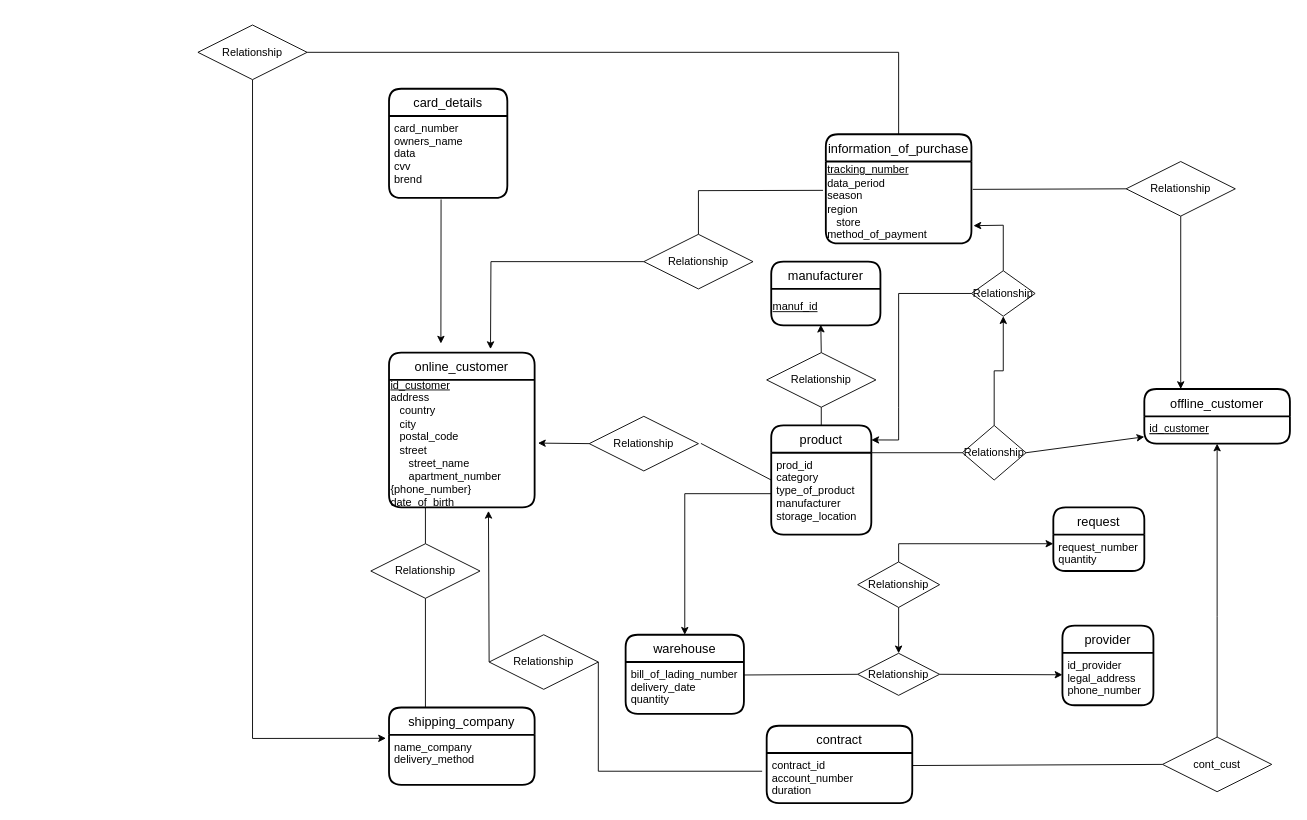
This is Untitled Diagram.drawio from Adilbek-Asilzat/DB, a draw.io file, before an edit. Source tidied: cells renumbered, new cells numbered last; positions are measured from the earlier drawing's top-left corner, leaving out a move shared by most shapes. Both pictures are drawn from the tidied source at 91%, with x=0, y=0 at pixel (197, 25).
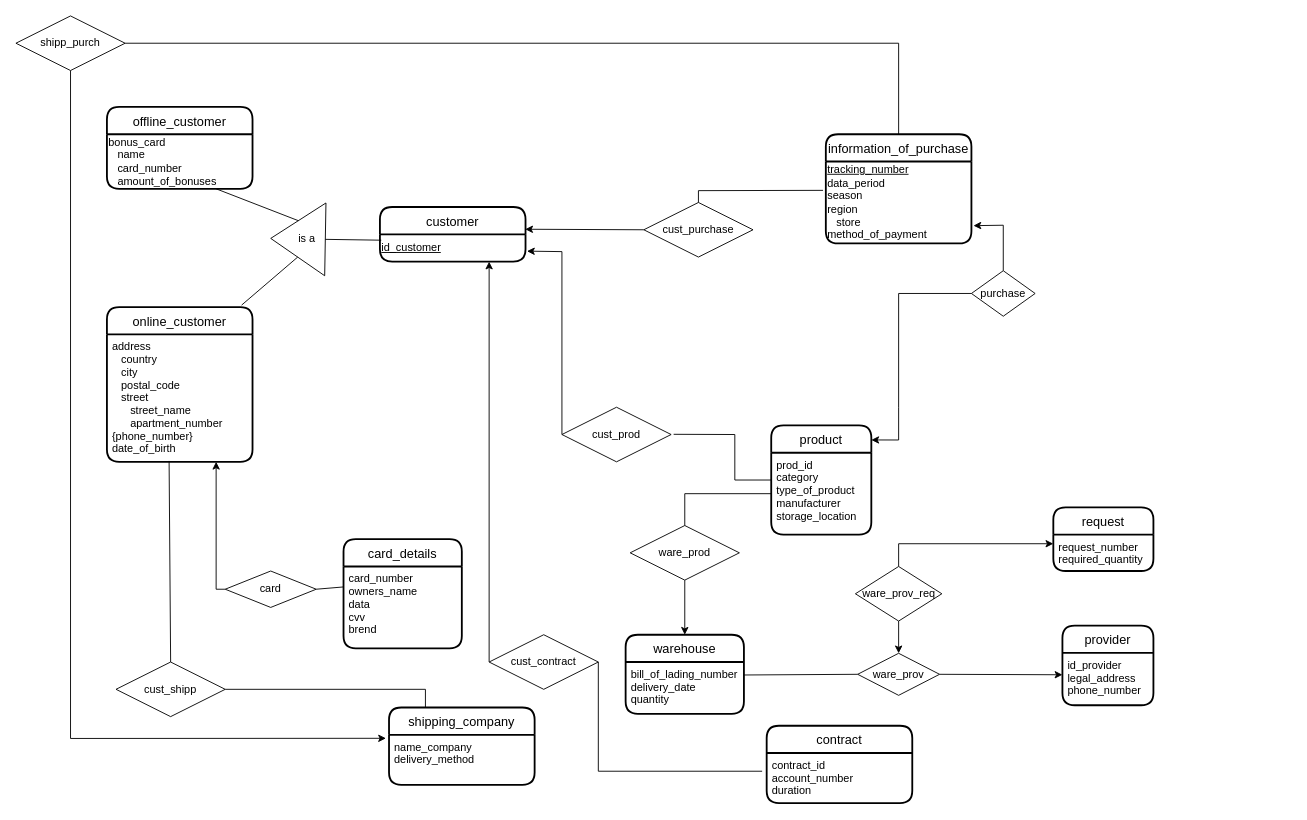
After the change.

Unchanged cells that the change refers to:
```xml
<mxCell id="4" value="information_of_purchase" style="swimlane;horizontal=1;startSize=30;rounded=1;fontSize=14;fontStyle=0;strokeWidth=2;shadow=0;dashed=0;align=center;" parent="1" vertex="1">
  <mxGeometry x="690" y="120" width="160" height="120" as="geometry" />
</mxCell>
<mxCell id="5" value="&lt;u&gt;tracking_number&lt;br&gt;&lt;/u&gt;data_period&lt;br&gt;season&lt;br&gt;region&lt;br&gt;&amp;nbsp; &amp;nbsp;store&lt;br&gt;method_of_payment" style="text;html=1;align=left;verticalAlign=middle;points=[];strokeColor=none;fillColor=none;" parent="4" vertex="1">
  <mxGeometry y="30" width="160" height="90" as="geometry" />
</mxCell>
<mxCell id="7" value="contract_id&#10;account_number&#10;duration" style="align=left;strokeColor=none;fillColor=none;spacingLeft=4;fontSize=12;verticalAlign=top;fontStyle=0;" parent="6" vertex="1">
  <mxGeometry y="30" width="160" height="55" as="geometry" />
</mxCell>
<mxCell id="10" value="product" style="swimlane;horizontal=1;startSize=30;rounded=1;fontSize=14;fontStyle=0;strokeWidth=2;shadow=0;dashed=0;align=center;" parent="1" vertex="1">
  <mxGeometry x="630" y="440" width="110" height="120" as="geometry" />
</mxCell>
<mxCell id="11" value="prod_id&#10;category&#10;type_of_product&#10;manufacturer&#10;storage_location" style="align=left;strokeColor=none;fillColor=none;spacingLeft=4;fontSize=12;verticalAlign=top;fontStyle=0;" parent="10" vertex="1">
  <mxGeometry y="30" width="110" height="90" as="geometry" />
</mxCell>
<mxCell id="13" value="card_number&#10;owners_name&#10;data&#10;cvv&#10;brend" style="align=left;strokeColor=none;fillColor=none;spacingLeft=4;fontSize=12;verticalAlign=top;" parent="12" vertex="1">
  <mxGeometry y="30" width="130" height="90" as="geometry" />
</mxCell>
<mxCell id="21" value="shipping_company" style="swimlane;horizontal=1;startSize=30;rounded=1;fontSize=14;fontStyle=0;strokeWidth=2;shadow=0;dashed=0;align=center;" parent="1" vertex="1">
  <mxGeometry x="210" y="750" width="160" height="85" as="geometry" />
</mxCell>
<mxCell id="45" value="warehouse" style="swimlane;horizontal=1;startSize=30;rounded=1;fontSize=14;fontStyle=0;strokeWidth=2;shadow=0;dashed=0;align=center;" parent="1" vertex="1">
  <mxGeometry x="470" y="670" width="130" height="87" as="geometry" />
</mxCell>
```

Change to the diagram source:
```diff
@@
-    <mxCell id="2" value="online_customer" style="swimlane;horizontal=1;startSize=30;rounded=1;fontSize=14;fontStyle=0;strokeWidth=2;shadow=0;dashed=0;align=center;" parent="1" vertex="1">
-      <mxGeometry x="210" y="360" width="160" height="170" as="geometry" />
+    <mxCell id="2" value="customer" style="swimlane;horizontal=1;startSize=30;rounded=1;fontSize=14;fontStyle=0;strokeWidth=2;shadow=0;dashed=0;align=center;" parent="1" vertex="1">
+      <mxGeometry x="200" y="200" width="160" height="60" as="geometry" />
     </mxCell>
-    <mxCell id="3" value="&lt;u&gt;id_customer&lt;br&gt;&lt;/u&gt;address&lt;br&gt;&amp;nbsp; &amp;nbsp;country&lt;br&gt;&amp;nbsp; &amp;nbsp;city&lt;br&gt;&amp;nbsp; &amp;nbsp;postal_code&lt;br&gt;&amp;nbsp; &amp;nbsp;street&lt;br&gt;&amp;nbsp; &amp;nbsp; &amp;nbsp; street_name&lt;br&gt;&amp;nbsp; &amp;nbsp; &amp;nbsp; apartment_number&lt;br&gt;{phone_number}&lt;br&gt;date_of_birth" style="text;html=1;align=left;verticalAlign=middle;points=[];strokeColor=none;fillColor=none;" parent="2" vertex="1">
-      <mxGeometry y="30" width="160" height="140" as="geometry" />
+    <mxCell id="3" value="&lt;u&gt;id_customer&lt;br&gt;&lt;/u&gt;" style="text;html=1;align=left;verticalAlign=middle;points=[];strokeColor=none;fillColor=none;" parent="2" vertex="1">
+      <mxGeometry y="30" width="160" height="30" as="geometry" />
     </mxCell>
@@
-    <mxCell id="8" value="offline_customer" style="swimlane;horizontal=1;startSize=30;rounded=1;fontSize=14;fontStyle=0;strokeWidth=2;shadow=0;dashed=0;align=center;" parent="1" vertex="1">
-      <mxGeometry x="1040" y="400" width="160" height="60" as="geometry" />
-    </mxCell>
-    <mxCell id="9" value="id_customer" style="align=left;strokeColor=none;fillColor=none;spacingLeft=4;fontSize=12;verticalAlign=top;fontStyle=4;" parent="8" vertex="1">
-      <mxGeometry y="30" width="160" height="30" as="geometry" />
-    </mxCell>
@@
     <mxCell id="12" value="card_details" style="swimlane;horizontal=1;startSize=30;rounded=1;fontSize=14;fontStyle=0;strokeWidth=2;shadow=0;dashed=0;align=center;" parent="1" vertex="1">
-      <mxGeometry x="210" y="70" width="130" height="120" as="geometry" />
+      <mxGeometry x="160" y="565" width="130" height="120" as="geometry" />
     </mxCell>
@@
-    <mxCell id="14" style="endArrow=classic;html=1;rounded=0;exitX=0.44;exitY=1.019;exitDx=0;exitDy=0;exitPerimeter=0;" parent="1" edge="1" source="13">
-      <mxGeometry relative="1" as="geometry">
-        <mxPoint x="267" y="350" as="targetPoint" />
-      </mxGeometry>
-    </mxCell>
-    <mxCell id="15" style="endArrow=classic;html=1;rounded=0;exitX=0;exitY=0.5;exitDx=0;exitDy=0;entryX=0.697;entryY=-0.023;entryDx=0;entryDy=0;entryPerimeter=0;startArrow=none;" parent="1" edge="1" source="33" target="2">
-      <mxGeometry relative="1" as="geometry">
-        <Array as="points">
-          <mxPoint x="322" y="260" />
-        </Array>
-      </mxGeometry>
+    <mxCell id="15" style="endArrow=classic;html=1;rounded=0;exitX=0;exitY=0.5;exitDx=0;exitDy=0;entryX=0.998;entryY=0.407;entryDx=0;entryDy=0;entryPerimeter=0;startArrow=none;" parent="1" edge="1" source="33" target="2">
+      <mxGeometry relative="1" as="geometry" />
     </mxCell>
-    <mxCell id="16" style="endArrow=classic;html=1;rounded=0;exitX=0.5;exitY=1;exitDx=0;exitDy=0;entryX=0.25;entryY=0;entryDx=0;entryDy=0;startArrow=none;" parent="1" edge="1" source="35" target="8">
-      <mxGeometry relative="1" as="geometry" />
-    </mxCell>
-    <mxCell id="17" style="endArrow=classic;html=1;rounded=0;exitX=0;exitY=0.5;exitDx=0;exitDy=0;entryX=1.023;entryY=0.496;entryDx=0;entryDy=0;entryPerimeter=0;startArrow=none;" parent="1" edge="1" source="50" target="3">
-      <mxGeometry relative="1" as="geometry" />
+    <mxCell id="17" style="endArrow=classic;html=1;rounded=0;exitX=0;exitY=0.5;exitDx=0;exitDy=0;entryX=1.01;entryY=0.616;entryDx=0;entryDy=0;entryPerimeter=0;startArrow=none;" parent="1" edge="1" source="50" target="3">
+      <mxGeometry relative="1" as="geometry">
+        <Array as="points">
+          <mxPoint x="400" y="249" />
+        </Array>
+      </mxGeometry>
     </mxCell>
-    <mxCell id="18" style="endArrow=classic;html=1;rounded=0;exitX=1;exitY=0.5;exitDx=0;exitDy=0;entryX=0;entryY=0.75;entryDx=0;entryDy=0;startArrow=none;" parent="1" edge="1" source="38" target="9">
-      <mxGeometry relative="1" as="geometry" />
-    </mxCell>
-    <mxCell id="19" style="endArrow=classic;html=1;rounded=0;exitX=0;exitY=0.5;exitDx=0;exitDy=0;entryX=0.683;entryY=1.028;entryDx=0;entryDy=0;entryPerimeter=0;startArrow=none;" parent="1" edge="1" source="41" target="3">
-      <mxGeometry relative="1" as="geometry" />
+    <mxCell id="19" style="endArrow=classic;html=1;rounded=0;exitX=0;exitY=0.5;exitDx=0;exitDy=0;startArrow=none;" parent="1" edge="1" source="41">
+      <mxGeometry relative="1" as="geometry">
+        <mxPoint x="320" y="260" as="targetPoint" />
+      </mxGeometry>
     </mxCell>
-    <mxCell id="20" style="endArrow=classic;html=1;rounded=0;exitX=0.5;exitY=0;exitDx=0;exitDy=0;entryX=0.5;entryY=1;entryDx=0;entryDy=0;startArrow=none;" parent="1" edge="1" source="52" target="9">
-      <mxGeometry relative="1" as="geometry">
-        <Array as="points">
-          <mxPoint x="1120" y="650" />
-        </Array>
-      </mxGeometry>
-    </mxCell>
@@
-    <mxCell id="23" style="endArrow=none;html=1;rounded=0;startArrow=none;exitX=0.5;exitY=0;exitDx=0;exitDy=0;" parent="1" edge="1" source="31">
-      <mxGeometry relative="1" as="geometry">
-        <mxPoint x="250" y="530" as="targetPoint" />
-      </mxGeometry>
+    <mxCell id="23" style="endArrow=none;html=1;rounded=0;startArrow=none;exitX=0.5;exitY=0;exitDx=0;exitDy=0;entryX=0.427;entryY=0.993;entryDx=0;entryDy=0;entryPerimeter=0;" parent="1" edge="1" source="31" target="66">
+      <mxGeometry relative="1" as="geometry" />
     </mxCell>
     <mxCell id="24" style="endArrow=classic;html=1;rounded=0;entryX=-0.021;entryY=0.398;entryDx=0;entryDy=0;entryPerimeter=0;exitX=0.5;exitY=1;exitDx=0;exitDy=0;startArrow=none;" parent="1" edge="1" source="29" target="21">
       <mxGeometry relative="1" as="geometry">
         <Array as="points">
-          <mxPoint x="60" y="784" />
+          <mxPoint x="-140" y="784" />
         </Array>
       </mxGeometry>
     </mxCell>
-    <mxCell id="25" value="manufacturer" style="swimlane;horizontal=1;startSize=30;rounded=1;fontSize=14;fontStyle=0;strokeWidth=2;shadow=0;dashed=0;align=center;" parent="1" vertex="1">
-      <mxGeometry x="630" y="260" width="120" height="70" as="geometry" />
-    </mxCell>
-    <mxCell id="26" value="&lt;u&gt;manuf_id&lt;/u&gt;" style="text;html=1;align=left;verticalAlign=middle;points=[];strokeColor=none;fillColor=none;" parent="25" vertex="1">
-      <mxGeometry y="30" width="120" height="40" as="geometry" />
-    </mxCell>
-    <mxCell id="27" style="endArrow=classic;html=1;rounded=0;entryX=0.454;entryY=0.984;entryDx=0;entryDy=0;exitX=0.5;exitY=0;exitDx=0;exitDy=0;startArrow=none;entryPerimeter=0;" parent="1" edge="1" source="47" target="26">
-      <mxGeometry relative="1" as="geometry" />
-    </mxCell>
@@
-    <mxCell id="29" value="Relationship" style="shape=rhombus;perimeter=rhombusPerimeter;whiteSpace=wrap;html=1;align=center;" parent="1" vertex="1">
-      <mxGeometry width="120" height="60" as="geometry" />
+    <mxCell id="29" value="shipp_purch" style="shape=rhombus;perimeter=rhombusPerimeter;whiteSpace=wrap;html=1;align=center;" parent="1" vertex="1">
+      <mxGeometry x="-200" y="-10" width="120" height="60" as="geometry" />
     </mxCell>
     <mxCell id="30" style="endArrow=none;html=1;rounded=0;entryX=1;entryY=0.5;entryDx=0;entryDy=0;exitX=0.5;exitY=0;exitDx=0;exitDy=0;" parent="1" edge="1" source="4" target="29">
       <mxGeometry relative="1" as="geometry">
         <Array as="points">
-          <mxPoint x="770" y="30" />
+          <mxPoint x="770" y="20" />
         </Array>
       </mxGeometry>
     </mxCell>
-    <mxCell id="31" value="Relationship" style="shape=rhombus;perimeter=rhombusPerimeter;whiteSpace=wrap;html=1;align=center;" parent="1" vertex="1">
-      <mxGeometry x="190" y="570" width="120" height="60" as="geometry" />
+    <mxCell id="31" value="cust_shipp" style="shape=rhombus;perimeter=rhombusPerimeter;whiteSpace=wrap;html=1;align=center;" parent="1" vertex="1">
+      <mxGeometry x="-90" y="700" width="120" height="60" as="geometry" />
     </mxCell>
-    <mxCell id="32" style="endArrow=none;html=1;rounded=0;exitX=0.25;exitY=0;exitDx=0;exitDy=0;entryX=0.5;entryY=1;entryDx=0;entryDy=0;" parent="1" edge="1" source="21" target="31">
-      <mxGeometry relative="1" as="geometry" />
+    <mxCell id="32" style="endArrow=none;html=1;rounded=0;exitX=0.25;exitY=0;exitDx=0;exitDy=0;entryX=1;entryY=0.5;entryDx=0;entryDy=0;" parent="1" edge="1" source="21" target="31">
+      <mxGeometry relative="1" as="geometry">
+        <Array as="points">
+          <mxPoint x="250" y="730" />
+        </Array>
+      </mxGeometry>
     </mxCell>
-    <mxCell id="33" value="Relationship" style="shape=rhombus;perimeter=rhombusPerimeter;whiteSpace=wrap;html=1;align=center;" parent="1" vertex="1">
-      <mxGeometry x="490" y="230" width="120" height="60" as="geometry" />
+    <mxCell id="33" value="cust_purchase" style="shape=rhombus;perimeter=rhombusPerimeter;whiteSpace=wrap;html=1;align=center;" parent="1" vertex="1">
+      <mxGeometry x="490" y="195" width="120" height="60" as="geometry" />
     </mxCell>
@@
-    <mxCell id="35" value="Relationship" style="shape=rhombus;perimeter=rhombusPerimeter;whiteSpace=wrap;html=1;align=center;" parent="1" vertex="1">
-      <mxGeometry x="1020" y="150" width="120" height="60" as="geometry" />
-    </mxCell>
-    <mxCell id="36" style="endArrow=none;html=1;rounded=0;exitX=1.009;exitY=0.34;exitDx=0;exitDy=0;exitPerimeter=0;entryX=0;entryY=0.5;entryDx=0;entryDy=0;" parent="1" edge="1" source="5" target="35">
-      <mxGeometry relative="1" as="geometry" />
-    </mxCell>
-    <mxCell id="37" style="edgeStyle=orthogonalEdgeStyle;rounded=0;jettySize=auto;html=1;" parent="1" edge="1" source="38" target="40">
-      <mxGeometry relative="1" as="geometry" />
-    </mxCell>
-    <mxCell id="38" value="Relationship" style="shape=rhombus;perimeter=rhombusPerimeter;whiteSpace=wrap;html=1;align=center;" parent="1" vertex="1">
-      <mxGeometry x="840" y="440" width="70" height="60" as="geometry" />
-    </mxCell>
-    <mxCell id="39" style="endArrow=none;html=1;rounded=0;exitX=1;exitY=0;exitDx=0;exitDy=0;entryX=0;entryY=0.5;entryDx=0;entryDy=0;" parent="1" edge="1" source="11" target="38">
-      <mxGeometry relative="1" as="geometry" />
-    </mxCell>
-    <mxCell id="40" value="Relationship" style="shape=rhombus;perimeter=rhombusPerimeter;whiteSpace=wrap;html=1;align=center;" parent="1" vertex="1">
+    <mxCell id="40" value="purchase" style="shape=rhombus;perimeter=rhombusPerimeter;whiteSpace=wrap;html=1;align=center;" parent="1" vertex="1">
       <mxGeometry x="850" y="270" width="70" height="50" as="geometry" />
     </mxCell>
-    <mxCell id="41" value="Relationship" style="shape=rhombus;perimeter=rhombusPerimeter;whiteSpace=wrap;html=1;align=center;" parent="1" vertex="1">
+    <mxCell id="41" value="cust_contract" style="shape=rhombus;perimeter=rhombusPerimeter;whiteSpace=wrap;html=1;align=center;" parent="1" vertex="1">
       <mxGeometry x="320" y="670" width="120" height="60" as="geometry" />
     </mxCell>
@@
-    <mxCell id="47" value="Relationship" style="shape=rhombus;perimeter=rhombusPerimeter;whiteSpace=wrap;html=1;align=center;" parent="1" vertex="1">
-      <mxGeometry x="625" y="360" width="120" height="60" as="geometry" />
-    </mxCell>
-    <mxCell id="48" style="endArrow=none;html=1;rounded=0;entryX=0.5;entryY=1;entryDx=0;entryDy=0;exitX=0.5;exitY=0;exitDx=0;exitDy=0;" parent="1" edge="1" source="10" target="47">
-      <mxGeometry relative="1" as="geometry" />
-    </mxCell>
@@
-    <mxCell id="50" value="Relationship" style="shape=rhombus;perimeter=rhombusPerimeter;whiteSpace=wrap;html=1;align=center;" parent="1" vertex="1">
-      <mxGeometry x="430" y="430" width="120" height="60" as="geometry" />
+    <mxCell id="50" value="cust_prod" style="shape=rhombus;perimeter=rhombusPerimeter;whiteSpace=wrap;html=1;align=center;" parent="1" vertex="1">
+      <mxGeometry x="400" y="420" width="120" height="60" as="geometry" />
     </mxCell>
     <mxCell id="51" style="endArrow=none;html=1;rounded=0;exitX=0;exitY=0.5;exitDx=0;exitDy=0;entryX=1.023;entryY=0.496;entryDx=0;entryDy=0;entryPerimeter=0;" parent="1" edge="1" source="10" target="50">
-      <mxGeometry relative="1" as="geometry" />
+      <mxGeometry relative="1" as="geometry">
+        <Array as="points">
+          <mxPoint x="590" y="500" />
+          <mxPoint x="590" y="450" />
+        </Array>
+      </mxGeometry>
     </mxCell>
-    <mxCell id="52" value="cont_cust&lt;br&gt;" style="shape=rhombus;perimeter=rhombusPerimeter;whiteSpace=wrap;html=1;align=center;" parent="1" vertex="1">
-      <mxGeometry x="1060" y="782.5" width="120" height="60" as="geometry" />
-    </mxCell>
-    <mxCell id="53" style="endArrow=none;html=1;rounded=0;exitX=1;exitY=0.25;exitDx=0;exitDy=0;entryX=0;entryY=0.5;entryDx=0;entryDy=0;" parent="1" edge="1" source="7" target="52">
-      <mxGeometry relative="1" as="geometry" />
-    </mxCell>
+    <mxCell id="63" style="edgeStyle=orthogonalEdgeStyle;rounded=0;orthogonalLoop=1;jettySize=auto;html=1;" parent="1" edge="1">
+      <mxGeometry relative="1" as="geometry">
+        <mxPoint x="1120" y="1612.5" as="targetPoint" />
+      </mxGeometry>
+    </mxCell>
     <mxCell id="54" value="request" style="swimlane;horizontal=1;startSize=30;rounded=1;fontSize=14;fontStyle=0;strokeWidth=2;shadow=0;dashed=0;align=center;" parent="1" vertex="1">
-      <mxGeometry x="940" y="530" width="100" height="70" as="geometry" />
+      <mxGeometry x="940" y="530" width="110" height="70" as="geometry" />
     </mxCell>
-    <mxCell id="55" value="request_number&#10;quantity" style="align=left;strokeColor=none;fillColor=none;spacingLeft=4;fontSize=12;verticalAlign=top;fontStyle=0;" parent="54" vertex="1">
-      <mxGeometry y="30" width="100" height="40" as="geometry" />
+    <mxCell id="55" value="request_number&#10;required_quantity" style="align=left;strokeColor=none;fillColor=none;spacingLeft=4;fontSize=12;verticalAlign=top;fontStyle=0;" parent="54" vertex="1">
+      <mxGeometry y="30" width="110" height="40" as="geometry" />
     </mxCell>
-    <mxCell id="56" style="endArrow=classic;html=1;rounded=0;exitX=0;exitY=0.5;exitDx=0;exitDy=0;entryX=0.5;entryY=0;entryDx=0;entryDy=0;" parent="1" edge="1" source="11" target="45">
-      <mxGeometry relative="1" as="geometry">
-        <Array as="points">
-          <mxPoint x="535" y="515" />
-        </Array>
-      </mxGeometry>
+    <mxCell id="56" style="endArrow=classic;html=1;rounded=0;exitX=0.5;exitY=1;exitDx=0;exitDy=0;entryX=0.5;entryY=0;entryDx=0;entryDy=0;startArrow=none;" parent="1" edge="1" source="75" target="45">
+      <mxGeometry relative="1" as="geometry" />
     </mxCell>
@@
-    <mxCell id="58" value="Relationship" style="shape=rhombus;perimeter=rhombusPerimeter;whiteSpace=wrap;html=1;align=center;" parent="1" vertex="1">
+    <mxCell id="58" value="ware_prov" style="shape=rhombus;perimeter=rhombusPerimeter;whiteSpace=wrap;html=1;align=center;" parent="1" vertex="1">
       <mxGeometry x="725" y="690.4" width="90" height="46.2" as="geometry" />
     </mxCell>
@@
-    <mxCell id="61" value="Relationship" style="shape=rhombus;perimeter=rhombusPerimeter;whiteSpace=wrap;html=1;align=center;" parent="1" vertex="1">
-      <mxGeometry x="725" y="590" width="90" height="50" as="geometry" />
+    <mxCell id="61" value="ware_prov_req" style="shape=rhombus;perimeter=rhombusPerimeter;whiteSpace=wrap;html=1;align=center;" parent="1" vertex="1">
+      <mxGeometry x="722.5" y="595" width="95" height="60" as="geometry" />
     </mxCell>
@@
+    <mxCell id="64" style="triangle;whiteSpace=wrap;html=1;rotation=-179;" parent="1" vertex="1">
+      <mxGeometry x="80" y="195" width="60" height="80" as="geometry" />
+    </mxCell>
+    <mxCell id="65" value="online_customer" style="swimlane;horizontal=1;startSize=30;rounded=1;fontSize=14;fontStyle=0;strokeWidth=2;shadow=0;dashed=0;align=center;" parent="1" vertex="1">
+      <mxGeometry x="-100" y="310" width="160" height="170" as="geometry" />
+    </mxCell>
+    <mxCell id="66" value="address&#10;   country&#10;   city&#10;   postal_code&#10;   street&#10;      street_name&#10;      apartment_number&#10;{phone_number}&#10;date_of_birth" style="align=left;strokeColor=none;fillColor=none;spacingLeft=4;fontSize=12;verticalAlign=top;" parent="65" vertex="1">
+      <mxGeometry y="30" width="160" height="140" as="geometry" />
+    </mxCell>
+    <mxCell id="8" value="offline_customer" style="swimlane;horizontal=1;startSize=30;rounded=1;fontSize=14;fontStyle=0;strokeWidth=2;shadow=0;dashed=0;align=center;" parent="1" vertex="1">
+      <mxGeometry x="-100" y="90" width="160" height="90" as="geometry" />
+    </mxCell>
+    <mxCell id="67" value="&lt;div&gt;&lt;span&gt;bonus_card&lt;/span&gt;&lt;/div&gt;&lt;div&gt;&lt;span&gt;&amp;nbsp; &amp;nbsp;name&lt;/span&gt;&lt;/div&gt;&lt;div&gt;&lt;span&gt;&amp;nbsp; &amp;nbsp;card_number&lt;/span&gt;&lt;/div&gt;&lt;div&gt;&lt;span&gt;&amp;nbsp; &amp;nbsp;amount_of_bonuses&lt;/span&gt;&lt;/div&gt;" style="text;html=1;strokeColor=none;fillColor=none;align=left;verticalAlign=middle;whiteSpace=wrap;rounded=0;" parent="8" vertex="1">
+      <mxGeometry y="30" width="160" height="60" as="geometry" />
+    </mxCell>
+    <mxCell id="68" style="endArrow=classic;html=1;rounded=0;exitX=0;exitY=0.5;exitDx=0;exitDy=0;entryX=0.75;entryY=1;entryDx=0;entryDy=0;startArrow=none;" parent="1" edge="1" source="73" target="66">
+      <mxGeometry relative="1" as="geometry">
+        <Array as="points">
+          <mxPoint x="20" y="620" />
+        </Array>
+      </mxGeometry>
+    </mxCell>
+    <mxCell id="69" style="endArrow=none;html=1;rounded=0;entryX=0.009;entryY=0.215;entryDx=0;entryDy=0;entryPerimeter=0;exitX=0;exitY=0.5;exitDx=0;exitDy=0;" parent="1" edge="1" source="64" target="3">
+      <mxGeometry relative="1" as="geometry" />
+    </mxCell>
+    <mxCell id="70" style="endArrow=none;html=1;rounded=0;exitX=0.5;exitY=0;exitDx=0;exitDy=0;entryX=0.925;entryY=-0.013;entryDx=0;entryDy=0;entryPerimeter=0;" parent="1" edge="1" source="64" target="65">
+      <mxGeometry relative="1" as="geometry" />
+    </mxCell>
+    <mxCell id="71" style="endArrow=none;html=1;rounded=0;exitX=0.5;exitY=1;exitDx=0;exitDy=0;entryX=0.75;entryY=1;entryDx=0;entryDy=0;" parent="1" edge="1" source="64" target="67">
+      <mxGeometry relative="1" as="geometry" />
+    </mxCell>
+    <mxCell id="72" value="is a" style="text;html=1;strokeColor=none;fillColor=none;align=center;verticalAlign=middle;whiteSpace=wrap;rounded=0;" parent="1" vertex="1">
+      <mxGeometry x="90" y="220" width="60" height="30" as="geometry" />
+    </mxCell>
+    <mxCell id="73" value="card" style="shape=rhombus;perimeter=rhombusPerimeter;whiteSpace=wrap;html=1;align=center;" parent="1" vertex="1">
+      <mxGeometry x="30" y="600" width="100" height="40" as="geometry" />
+    </mxCell>
+    <mxCell id="74" style="endArrow=none;html=1;rounded=0;exitX=0;exitY=0.25;exitDx=0;exitDy=0;entryX=1;entryY=0.5;entryDx=0;entryDy=0;" parent="1" edge="1" source="13" target="73">
+      <mxGeometry relative="1" as="geometry" />
+    </mxCell>
+    <mxCell id="75" value="ware_prod" style="shape=rhombus;perimeter=rhombusPerimeter;whiteSpace=wrap;html=1;align=center;" parent="1" vertex="1">
+      <mxGeometry x="475" y="550" width="120" height="60" as="geometry" />
+    </mxCell>
+    <mxCell id="76" style="endArrow=none;html=1;rounded=0;exitX=0;exitY=0.5;exitDx=0;exitDy=0;entryX=0.5;entryY=0;entryDx=0;entryDy=0;" parent="1" edge="1" source="11" target="75">
+      <mxGeometry relative="1" as="geometry">
+        <Array as="points">
+          <mxPoint x="535" y="515" />
+        </Array>
+      </mxGeometry>
+    </mxCell>
```
